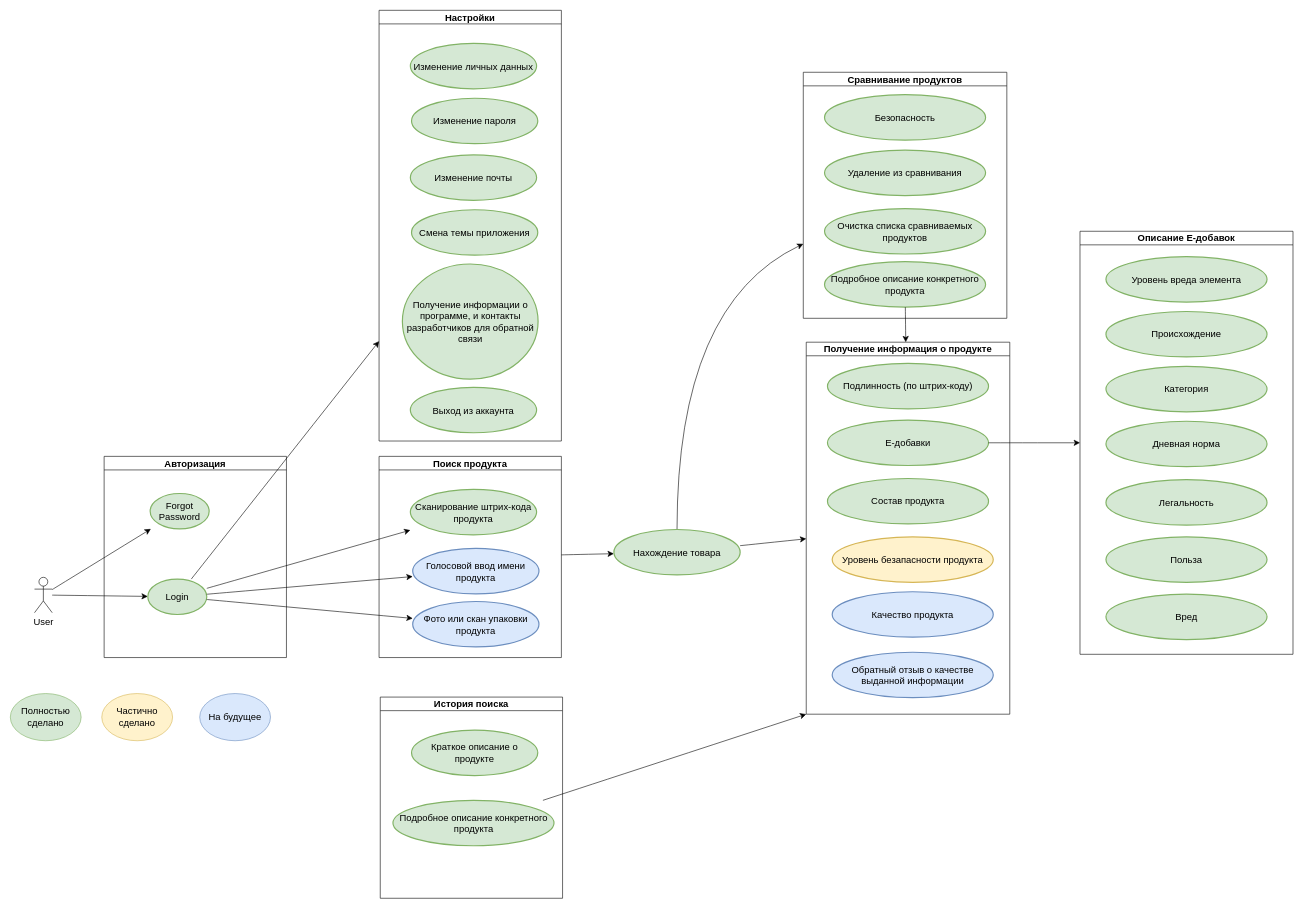
Above: page "Краткая" (1 of 2) of 4_course/МиСПИС/usecase.drawio in tedmon1998/ISiT (draw.io), before the change. Source tidied: cells renumbered, new cells numbered last; positions are measured from the earlier drawing's top-left corner, leaving out a move shared by most shapes. Both pictures are drawn from the tidied source at 59%, with x=0, y=0 at pixel (10, 10).
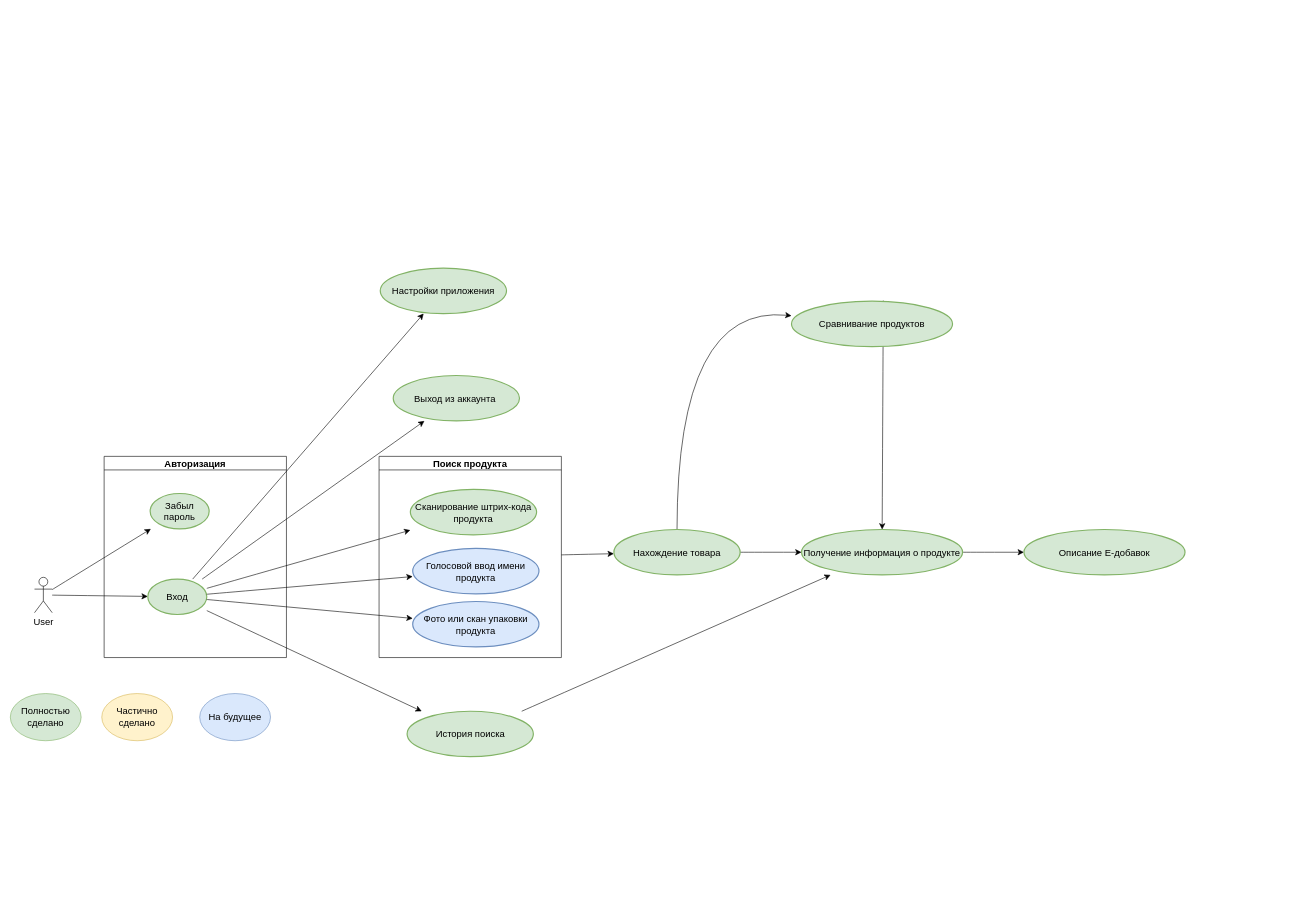
The same diagram, later.

The change refers to these unchanged cells:
```xml
<mxCell id="25" value="Нахождение товара" style="strokeWidth=2;html=1;shape=mxgraph.flowchart.start_1;whiteSpace=wrap;fontSize=16;fillColor=#d5e8d4;strokeColor=#82b366;" parent="1" vertex="1">
  <mxGeometry x="1023" y="880" width="214" height="77" as="geometry" />
</mxCell>
```

The edit, as a diff of the source:
```diff
@@
-    <mxCell id="5" value="Авторизация" style="swimlane;whiteSpace=wrap;html=1;fontSize=16;" parent="1" vertex="1">
+    <mxCell id="5" value="Авторизация" style="swimlane;whiteSpace=wrap;html=1;fontSize=16;startSize=23;" parent="1" vertex="1">
       <mxGeometry x="159" y="756" width="309" height="341" as="geometry" />
     </mxCell>
-    <mxCell id="6" value="Forgot Password" style="strokeWidth=2;html=1;shape=mxgraph.flowchart.start_1;whiteSpace=wrap;fontSize=16;fillColor=#d5e8d4;strokeColor=#82b366;" parent="5" vertex="1">
+    <mxCell id="6" value="Забыл пароль" style="strokeWidth=2;html=1;shape=mxgraph.flowchart.start_1;whiteSpace=wrap;fontSize=16;fillColor=#d5e8d4;strokeColor=#82b366;" parent="5" vertex="1">
       <mxGeometry x="78" y="63" width="100" height="60" as="geometry" />
     </mxCell>
-    <mxCell id="7" value="Login" style="strokeWidth=2;html=1;shape=mxgraph.flowchart.start_1;whiteSpace=wrap;fontSize=16;fillColor=#d5e8d4;strokeColor=#82b366;" parent="5" vertex="1">
+    <mxCell id="7" value="Вход" style="strokeWidth=2;html=1;shape=mxgraph.flowchart.start_1;whiteSpace=wrap;fontSize=16;fillColor=#d5e8d4;strokeColor=#82b366;" parent="5" vertex="1">
       <mxGeometry x="74" y="208" width="100" height="60" as="geometry" />
     </mxCell>
@@
-    <mxCell id="16" value="Получение информация о продукте" style="swimlane;whiteSpace=wrap;html=1;fontSize=16;" parent="1" vertex="1">
-      <mxGeometry x="1349" y="562.5" width="345" height="630.5" as="geometry" />
-    </mxCell>
-    <mxCell id="17" value="Подлинность (по штрих-коду)" style="strokeWidth=2;html=1;shape=mxgraph.flowchart.start_1;whiteSpace=wrap;fontSize=16;fillColor=#d5e8d4;strokeColor=#82b366;" parent="16" vertex="1">
-      <mxGeometry x="36" y="36" width="273" height="77" as="geometry" />
-    </mxCell>
-    <mxCell id="18" value="Е-добавки" style="strokeWidth=2;html=1;shape=mxgraph.flowchart.start_1;whiteSpace=wrap;fontSize=16;fillColor=#d5e8d4;strokeColor=#82b366;" parent="16" vertex="1">
-      <mxGeometry x="36" y="132" width="273" height="77" as="geometry" />
-    </mxCell>
-    <mxCell id="19" value="Состав продукта" style="strokeWidth=2;html=1;shape=mxgraph.flowchart.start_1;whiteSpace=wrap;fontSize=16;fillColor=#d5e8d4;strokeColor=#82b366;" parent="16" vertex="1">
-      <mxGeometry x="36" y="231" width="273" height="77" as="geometry" />
-    </mxCell>
-    <mxCell id="20" value="Уровень безапасности продукта" style="strokeWidth=2;html=1;shape=mxgraph.flowchart.start_1;whiteSpace=wrap;fontSize=16;fillColor=#fff2cc;strokeColor=#d6b656;" parent="16" vertex="1">
-      <mxGeometry x="44" y="330" width="273" height="77" as="geometry" />
-    </mxCell>
-    <mxCell id="21" value="Качество продукта" style="strokeWidth=2;html=1;shape=mxgraph.flowchart.start_1;whiteSpace=wrap;fontSize=16;fillColor=#dae8fc;strokeColor=#6c8ebf;" parent="16" vertex="1">
-      <mxGeometry x="44" y="423" width="273" height="77" as="geometry" />
-    </mxCell>
-    <mxCell id="22" value="Обратный отзыв о качестве выданной информации" style="strokeWidth=2;html=1;shape=mxgraph.flowchart.start_1;whiteSpace=wrap;fontSize=16;fillColor=#dae8fc;strokeColor=#6c8ebf;" parent="16" vertex="1">
-      <mxGeometry x="44" y="525.5" width="273" height="77" as="geometry" />
-    </mxCell>
-    <mxCell id="23" style="edgeStyle=none;curved=1;rounded=0;jettySize=auto;html=1;fontSize=12;startSize=8;endSize=8;" parent="1" edge="1" source="25" target="16">
+    <mxCell id="23" style="edgeStyle=none;curved=1;rounded=0;jettySize=auto;html=1;fontSize=12;startSize=8;endSize=8;" parent="1" edge="1" source="25" target="17">
       <mxGeometry relative="1" as="geometry" />
     </mxCell>
-    <mxCell id="24" style="edgeStyle=none;curved=1;rounded=0;jettySize=auto;html=1;fontSize=12;startSize=8;endSize=8;" parent="1" edge="1" source="25" target="34">
+    <mxCell id="24" style="edgeStyle=none;curved=1;rounded=0;jettySize=auto;html=1;fontSize=12;startSize=8;endSize=8;" parent="1" edge="1" source="25" target="38">
       <mxGeometry relative="1" as="geometry">
         <Array as="points">
           <mxPoint x="1130" y="498" />
         </Array>
       </mxGeometry>
     </mxCell>
@@
-    <mxCell id="26" value="Описание Е-добавок" style="swimlane;whiteSpace=wrap;html=1;fontSize=16;" parent="1" vertex="1">
-      <mxGeometry x="1813" y="374.5" width="361" height="717" as="geometry" />
-    </mxCell>
-    <mxCell id="27" value="Уровень вреда элемента" style="strokeWidth=2;html=1;shape=mxgraph.flowchart.start_1;whiteSpace=wrap;fontSize=16;fillColor=#d5e8d4;strokeColor=#82b366;" parent="26" vertex="1">
-      <mxGeometry x="44" y="43" width="273" height="77" as="geometry" />
-    </mxCell>
-    <mxCell id="28" value="Происхождение" style="strokeWidth=2;html=1;shape=mxgraph.flowchart.start_1;whiteSpace=wrap;fontSize=16;fillColor=#d5e8d4;strokeColor=#82b366;" parent="26" vertex="1">
-      <mxGeometry x="44" y="136" width="273" height="77" as="geometry" />
-    </mxCell>
-    <mxCell id="29" value="Категория" style="strokeWidth=2;html=1;shape=mxgraph.flowchart.start_1;whiteSpace=wrap;fontSize=16;fillColor=#d5e8d4;strokeColor=#82b366;" parent="26" vertex="1">
-      <mxGeometry x="44" y="229" width="273" height="77" as="geometry" />
-    </mxCell>
-    <mxCell id="30" value="Дневная норма" style="strokeWidth=2;html=1;shape=mxgraph.flowchart.start_1;whiteSpace=wrap;fontSize=16;fillColor=#d5e8d4;strokeColor=#82b366;" parent="26" vertex="1">
-      <mxGeometry x="44" y="322" width="273" height="77" as="geometry" />
-    </mxCell>
-    <mxCell id="31" value="Легальность" style="strokeWidth=2;html=1;shape=mxgraph.flowchart.start_1;whiteSpace=wrap;fontSize=16;fillColor=#d5e8d4;strokeColor=#82b366;" parent="26" vertex="1">
-      <mxGeometry x="44" y="421" width="273" height="77" as="geometry" />
-    </mxCell>
-    <mxCell id="32" value="Польза" style="strokeWidth=2;html=1;shape=mxgraph.flowchart.start_1;whiteSpace=wrap;fontSize=16;fillColor=#d5e8d4;strokeColor=#82b366;" parent="26" vertex="1">
-      <mxGeometry x="44" y="518" width="273" height="77" as="geometry" />
-    </mxCell>
-    <mxCell id="33" value="Вред" style="strokeWidth=2;html=1;shape=mxgraph.flowchart.start_1;whiteSpace=wrap;fontSize=16;fillColor=#d5e8d4;strokeColor=#82b366;" parent="26" vertex="1">
-      <mxGeometry x="44" y="615" width="273" height="77" as="geometry" />
-    </mxCell>
-    <mxCell id="34" value="Сравнивание продуктов" style="swimlane;whiteSpace=wrap;html=1;fontSize=16;" parent="1" vertex="1">
-      <mxGeometry x="1344" y="105" width="345" height="417" as="geometry" />
-    </mxCell>
-    <mxCell id="35" value="Удаление из сравнивания" style="strokeWidth=2;html=1;shape=mxgraph.flowchart.start_1;whiteSpace=wrap;fontSize=16;fillColor=#d5e8d4;strokeColor=#82b366;" parent="34" vertex="1">
-      <mxGeometry x="36" y="132" width="273" height="77" as="geometry" />
-    </mxCell>
-    <mxCell id="36" value="Очистка списка сравниваемых продуктов" style="strokeWidth=2;html=1;shape=mxgraph.flowchart.start_1;whiteSpace=wrap;fontSize=16;fillColor=#d5e8d4;strokeColor=#82b366;" parent="34" vertex="1">
-      <mxGeometry x="36" y="231" width="273" height="77" as="geometry" />
-    </mxCell>
-    <mxCell id="37" value="Подробное описание конкретного продукта" style="strokeWidth=2;html=1;shape=mxgraph.flowchart.start_1;whiteSpace=wrap;fontSize=16;fillColor=#d5e8d4;strokeColor=#82b366;" parent="34" vertex="1">
-      <mxGeometry x="36" y="321" width="273" height="77" as="geometry" />
-    </mxCell>
-    <mxCell id="38" value="Безопасность" style="strokeWidth=2;html=1;shape=mxgraph.flowchart.start_1;whiteSpace=wrap;fontSize=16;fillColor=#d5e8d4;strokeColor=#82b366;" parent="34" vertex="1">
-      <mxGeometry x="36" y="38" width="273" height="77" as="geometry" />
-    </mxCell>
-    <mxCell id="39" style="edgeStyle=none;curved=1;rounded=0;jettySize=auto;html=1;fontSize=12;startSize=8;endSize=8;" parent="1" edge="1" source="18" target="26">
+    <mxCell id="39" style="edgeStyle=none;curved=1;rounded=0;jettySize=auto;html=1;fontSize=12;startSize=8;endSize=8;" parent="1" edge="1" source="17" target="27">
       <mxGeometry relative="1" as="geometry" />
     </mxCell>
-    <mxCell id="40" value="Настройки" style="swimlane;whiteSpace=wrap;html=1;fontSize=16;" parent="1" vertex="1">
-      <mxGeometry x="625" width="309" height="730" as="geometry" />
-    </mxCell>
-    <mxCell id="41" value="Изменение личных данных" style="strokeWidth=2;html=1;shape=mxgraph.flowchart.start_1;whiteSpace=wrap;fontSize=16;fillColor=#d5e8d4;strokeColor=#82b366;" parent="40" vertex="1">
-      <mxGeometry x="53" y="56" width="214" height="77" as="geometry" />
-    </mxCell>
-    <mxCell id="42" value="Изменение пароля" style="strokeWidth=2;html=1;shape=mxgraph.flowchart.start_1;whiteSpace=wrap;fontSize=16;fillColor=#d5e8d4;strokeColor=#82b366;" parent="40" vertex="1">
-      <mxGeometry x="55" y="149" width="214" height="77" as="geometry" />
-    </mxCell>
-    <mxCell id="43" value="Изменение почты" style="strokeWidth=2;html=1;shape=mxgraph.flowchart.start_1;whiteSpace=wrap;fontSize=16;fillColor=#d5e8d4;strokeColor=#82b366;" parent="40" vertex="1">
-      <mxGeometry x="53" y="245" width="214" height="77" as="geometry" />
-    </mxCell>
-    <mxCell id="44" value="Получение информации о программе, и контакты разработчиков для обратной связи" style="strokeWidth=2;html=1;shape=mxgraph.flowchart.start_1;whiteSpace=wrap;fontSize=16;fillColor=#d5e8d4;strokeColor=#82b366;" parent="40" vertex="1">
-      <mxGeometry x="39.5" y="430" width="230" height="195" as="geometry" />
-    </mxCell>
-    <mxCell id="45" value="Выход из аккаунта" style="strokeWidth=2;html=1;shape=mxgraph.flowchart.start_1;whiteSpace=wrap;fontSize=16;fillColor=#d5e8d4;strokeColor=#82b366;" parent="40" vertex="1">
-      <mxGeometry x="53" y="639" width="214" height="77" as="geometry" />
-    </mxCell>
-    <mxCell id="46" value="Смена темы приложения" style="strokeWidth=2;html=1;shape=mxgraph.flowchart.start_1;whiteSpace=wrap;fontSize=16;fillColor=#d5e8d4;strokeColor=#82b366;" parent="40" vertex="1">
-      <mxGeometry x="55" y="338" width="214" height="77" as="geometry" />
-    </mxCell>
-    <mxCell id="47" style="edgeStyle=none;curved=1;rounded=0;jettySize=auto;html=1;fontSize=12;startSize=8;endSize=8;" parent="1" edge="1" source="7" target="40">
+    <mxCell id="47" style="edgeStyle=none;curved=1;rounded=0;jettySize=auto;html=1;fontSize=12;startSize=8;endSize=8;" parent="1" edge="1" source="7" target="41">
       <mxGeometry relative="1" as="geometry" />
     </mxCell>
@@
-    <mxCell id="51" value="История поиска" style="swimlane;whiteSpace=wrap;html=1;fontSize=16;" parent="1" vertex="1">
-      <mxGeometry x="627" y="1164" width="309" height="341" as="geometry" />
-    </mxCell>
-    <mxCell id="52" value="Краткое описание о продукте" style="strokeWidth=2;html=1;shape=mxgraph.flowchart.start_1;whiteSpace=wrap;fontSize=16;fillColor=#d5e8d4;strokeColor=#82b366;" parent="51" vertex="1">
-      <mxGeometry x="53" y="56" width="214" height="77" as="geometry" />
-    </mxCell>
-    <mxCell id="53" value="Подробное описание конкретного продукта" style="strokeWidth=2;html=1;shape=mxgraph.flowchart.start_1;whiteSpace=wrap;fontSize=16;fillColor=#d5e8d4;strokeColor=#82b366;" parent="51" vertex="1">
-      <mxGeometry x="21.5" y="175" width="273" height="77" as="geometry" />
-    </mxCell>
-    <mxCell id="54" style="edgeStyle=none;curved=1;rounded=0;jettySize=auto;html=1;fontSize=12;startSize=8;endSize=8;" parent="1" edge="1" source="37" target="16">
+    <mxCell id="54" style="edgeStyle=none;curved=1;rounded=0;jettySize=auto;html=1;fontSize=12;startSize=8;endSize=8;exitX=0.57;exitY=-0.015;exitDx=0;exitDy=0;exitPerimeter=0;" parent="1" edge="1" source="38" target="17">
       <mxGeometry relative="1" as="geometry" />
     </mxCell>
-    <mxCell id="55" style="edgeStyle=none;curved=1;rounded=0;jettySize=auto;html=1;entryX=0;entryY=1;entryDx=0;entryDy=0;fontSize=12;startSize=8;endSize=8;" parent="1" edge="1" source="53" target="16">
+    <mxCell id="55" style="edgeStyle=none;curved=1;rounded=0;jettySize=auto;html=1;fontSize=12;startSize=8;endSize=8;" parent="1" edge="1" source="52" target="17">
       <mxGeometry relative="1" as="geometry" />
     </mxCell>
+    <mxCell id="41" value="Настройки приложения" style="strokeWidth=2;html=1;shape=mxgraph.flowchart.start_1;whiteSpace=wrap;fontSize=16;fillColor=#d5e8d4;strokeColor=#82b366;" parent="1" vertex="1">
+      <mxGeometry x="627" y="437" width="214" height="77" as="geometry" />
+    </mxCell>
+    <mxCell id="45" value="Выход из аккаунта&amp;nbsp;" style="strokeWidth=2;html=1;shape=mxgraph.flowchart.start_1;whiteSpace=wrap;fontSize=16;fillColor=#d5e8d4;strokeColor=#82b366;" parent="1" vertex="1">
+      <mxGeometry x="649" y="619" width="214" height="77" as="geometry" />
+    </mxCell>
+    <mxCell id="56" style="edgeStyle=none;curved=1;rounded=0;jettySize=auto;html=1;fontSize=12;startSize=8;endSize=8;" parent="1" edge="1" source="7" target="45">
+      <mxGeometry relative="1" as="geometry" />
+    </mxCell>
+    <mxCell id="52" value="История поиска" style="strokeWidth=2;html=1;shape=mxgraph.flowchart.start_1;whiteSpace=wrap;fontSize=16;fillColor=#d5e8d4;strokeColor=#82b366;" parent="1" vertex="1">
+      <mxGeometry x="672.5" y="1188" width="214" height="77" as="geometry" />
+    </mxCell>
+    <mxCell id="57" style="edgeStyle=none;curved=1;rounded=0;jettySize=auto;html=1;fontSize=12;startSize=8;endSize=8;" parent="1" edge="1" source="7" target="52">
+      <mxGeometry relative="1" as="geometry" />
+    </mxCell>
+    <mxCell id="17" value="Получение информация о продукте" style="strokeWidth=2;html=1;shape=mxgraph.flowchart.start_1;whiteSpace=wrap;fontSize=16;fillColor=#d5e8d4;strokeColor=#82b366;" parent="1" vertex="1">
+      <mxGeometry x="1341" y="880" width="273" height="77" as="geometry" />
+    </mxCell>
+    <mxCell id="38" value="Сравнивание продуктов" style="strokeWidth=2;html=1;shape=mxgraph.flowchart.start_1;whiteSpace=wrap;fontSize=16;fillColor=#d5e8d4;strokeColor=#82b366;" parent="1" vertex="1">
+      <mxGeometry x="1324" y="493" width="273" height="77" as="geometry" />
+    </mxCell>
+    <mxCell id="27" value="Описание Е-добавок" style="strokeWidth=2;html=1;shape=mxgraph.flowchart.start_1;whiteSpace=wrap;fontSize=16;fillColor=#d5e8d4;strokeColor=#82b366;" parent="1" vertex="1">
+      <mxGeometry x="1718" y="880" width="273" height="77" as="geometry" />
+    </mxCell>
```
